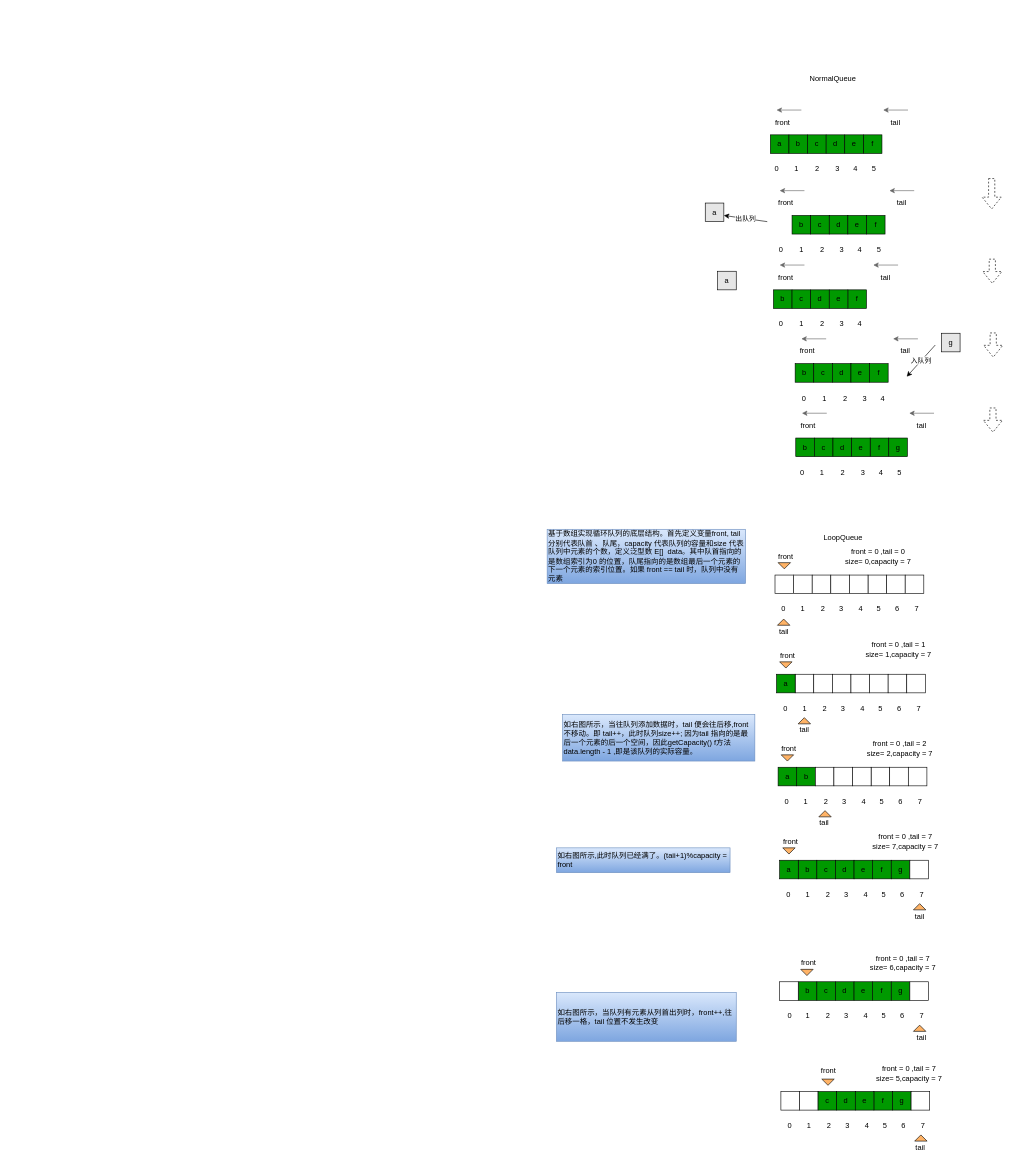
Before: 数据结构解析图.drawio in choustark/algorithms, a draw.io diagram. Source tidied: cells renumbered, new cells numbered last; positions are measured from the earlier drawing's top-left corner, leaving out a move shared by most shapes. Both pictures are drawn from the tidied source at 62%, with x=0, y=0 at pixel (547, 73).
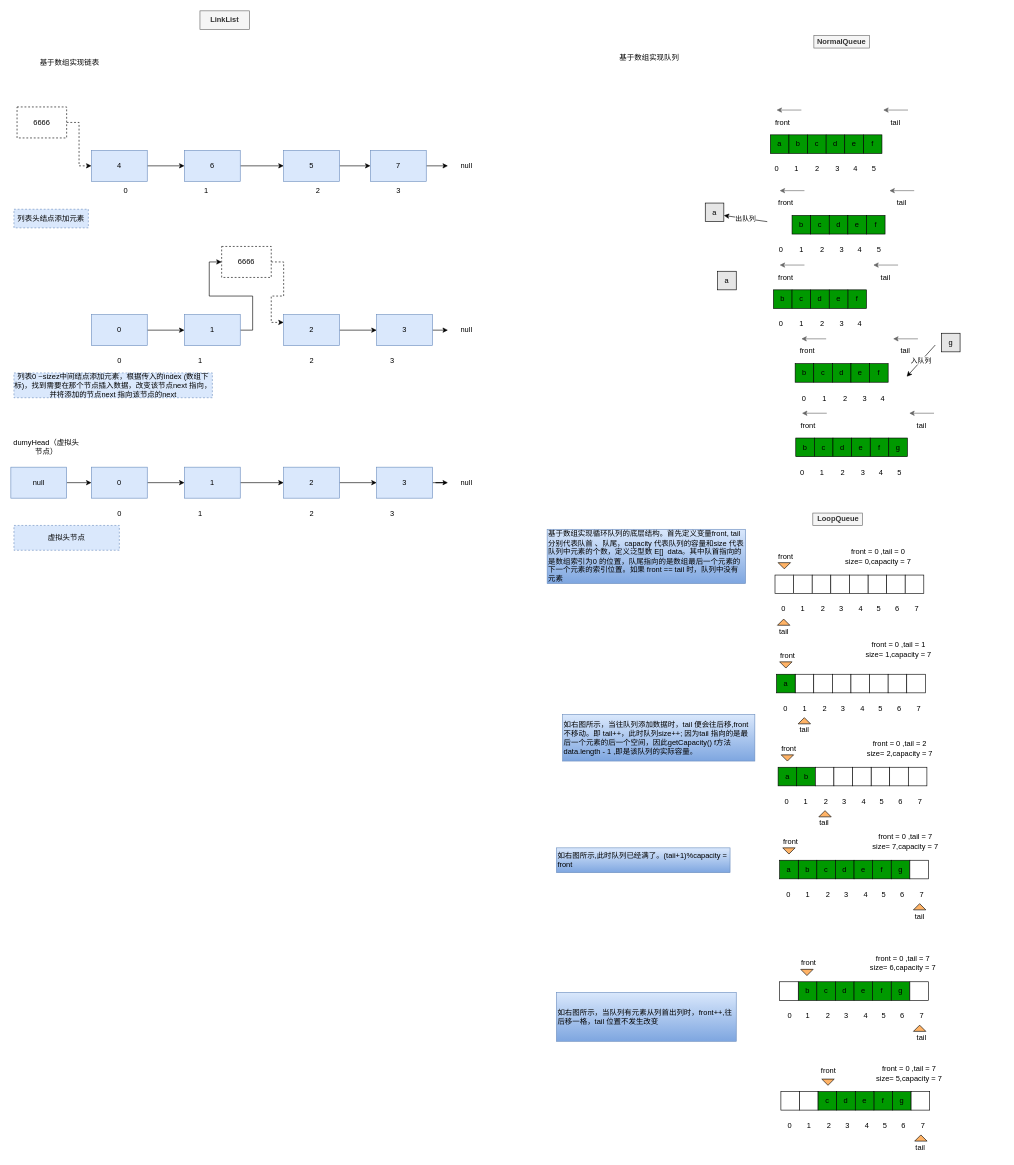
After the change.

Commit message:
Update 数据结构解析图.drawio

What changed in the source:
```diff
@@
-    <mxCell id="4" value="NormalQueue" style="text;html=1;strokeColor=none;fillColor=none;align=center;verticalAlign=middle;whiteSpace=wrap;rounded=0;" parent="1" vertex="1">
-      <mxGeometry x="440.5" width="40" height="20" as="geometry" />
+    <mxCell id="4" value="&lt;span&gt;NormalQueue&lt;/span&gt;" style="text;html=1;strokeColor=#666666;fillColor=#f5f5f5;align=center;verticalAlign=middle;whiteSpace=wrap;rounded=0;fontStyle=1;fontColor=#333333;" parent="1" vertex="1">
+      <mxGeometry x="430.2" y="-60" width="89.5" height="20" as="geometry" />
     </mxCell>
@@
-    <mxCell id="55" value="&lt;span&gt;LoopQueue&lt;/span&gt;" style="text;html=1;align=center;verticalAlign=middle;strokeColor=none;fontColor=#000000;" parent="1" vertex="1">
-      <mxGeometry x="437" y="740" width="80" height="20" as="geometry" />
+    <mxCell id="55" value="&lt;span&gt;LoopQueue&lt;/span&gt;" style="text;html=1;align=center;verticalAlign=middle;strokeColor=#666666;fontColor=#333333;fillColor=#f5f5f5;fontStyle=1;" parent="1" vertex="1">
+      <mxGeometry x="428.5" y="710" width="80" height="20" as="geometry" />
     </mxCell>
-    <mxCell id="56" style="shape=flexArrow;endArrow=classic;html=1;fontColor=#000000;dashed=1;" parent="1" edge="1">
-      <mxGeometry relative="1" as="geometry">
-        <mxPoint x="717" y="170" as="sourcePoint" />
-        <mxPoint x="717" y="220" as="targetPoint" />
-      </mxGeometry>
-    </mxCell>
-    <mxCell id="57" style="shape=flexArrow;endArrow=classic;html=1;fontColor=#000000;dashed=1;" parent="1" edge="1">
-      <mxGeometry relative="1" as="geometry">
-        <mxPoint x="718" y="300" as="sourcePoint" />
-        <mxPoint x="718" y="340" as="targetPoint" />
-      </mxGeometry>
-    </mxCell>
-    <mxCell id="58" style="shape=flexArrow;endArrow=classic;html=1;fontColor=#000000;dashed=1;" parent="1" edge="1">
-      <mxGeometry relative="1" as="geometry">
-        <mxPoint x="719" y="540" as="sourcePoint" />
-        <mxPoint x="719" y="580" as="targetPoint" />
-      </mxGeometry>
-    </mxCell>
-    <mxCell id="59" style="shape=flexArrow;endArrow=classic;html=1;fontColor=#000000;dashed=1;" parent="1" edge="1">
-      <mxGeometry relative="1" as="geometry">
-        <mxPoint x="719.5" y="419" as="sourcePoint" />
-        <mxPoint x="719.5" y="459" as="targetPoint" />
-      </mxGeometry>
-    </mxCell>
@@
+    <mxCell id="218" style="edgeStyle=orthogonalEdgeStyle;rounded=0;jettySize=auto;html=1;exitX=1;exitY=0.5;exitDx=0;exitDy=0;entryX=0;entryY=0.5;entryDx=0;entryDy=0;" parent="1" edge="1" source="219" target="221">
+      <mxGeometry relative="1" as="geometry" />
+    </mxCell>
+    <mxCell id="219" value="4" style="rounded=0;whiteSpace=wrap;html=1;fillColor=#dae8fc;strokeColor=#6c8ebf;" parent="1" vertex="1">
+      <mxGeometry x="-735" y="125" width="90" height="50" as="geometry" />
+    </mxCell>
+    <mxCell id="220" style="edgeStyle=orthogonalEdgeStyle;rounded=0;jettySize=auto;html=1;exitX=1;exitY=0.5;exitDx=0;exitDy=0;entryX=0;entryY=0.5;entryDx=0;entryDy=0;" parent="1" edge="1" source="221" target="223">
+      <mxGeometry relative="1" as="geometry" />
+    </mxCell>
+    <mxCell id="221" value="6" style="rounded=0;whiteSpace=wrap;html=1;fillColor=#dae8fc;strokeColor=#6c8ebf;" parent="1" vertex="1">
+      <mxGeometry x="-585" y="125" width="90" height="50" as="geometry" />
+    </mxCell>
+    <mxCell id="222" style="edgeStyle=orthogonalEdgeStyle;rounded=0;jettySize=auto;html=1;exitX=1;exitY=0.5;exitDx=0;exitDy=0;entryX=0;entryY=0.5;entryDx=0;entryDy=0;" parent="1" edge="1" source="223" target="225">
+      <mxGeometry relative="1" as="geometry" />
+    </mxCell>
+    <mxCell id="223" value="5" style="rounded=0;whiteSpace=wrap;html=1;fillColor=#dae8fc;strokeColor=#6c8ebf;" parent="1" vertex="1">
+      <mxGeometry x="-425" y="125" width="90" height="50" as="geometry" />
+    </mxCell>
+    <mxCell id="224" style="edgeStyle=orthogonalEdgeStyle;rounded=0;jettySize=auto;html=1;exitX=1;exitY=0.5;exitDx=0;exitDy=0;" parent="1" edge="1" source="225">
+      <mxGeometry relative="1" as="geometry">
+        <mxPoint x="-160" y="149.9" as="targetPoint" />
+      </mxGeometry>
+    </mxCell>
+    <mxCell id="225" value="7" style="rounded=0;whiteSpace=wrap;html=1;fillColor=#dae8fc;strokeColor=#6c8ebf;" parent="1" vertex="1">
+      <mxGeometry x="-285" y="125" width="90" height="50" as="geometry" />
+    </mxCell>
+    <mxCell id="226" value="LinkList" style="text;html=1;strokeColor=#666666;fillColor=#f5f5f5;align=center;verticalAlign=middle;whiteSpace=wrap;rounded=0;fontColor=#333333;fontStyle=1;" parent="1" vertex="1">
+      <mxGeometry x="-560" y="-100" width="80" height="30" as="geometry" />
+    </mxCell>
+    <mxCell id="227" style="edgeStyle=orthogonalEdgeStyle;rounded=0;jettySize=auto;html=1;exitX=1;exitY=0.5;exitDx=0;exitDy=0;entryX=0;entryY=0.5;entryDx=0;entryDy=0;dashed=1;" parent="1" edge="1" source="228" target="219">
+      <mxGeometry relative="1" as="geometry" />
+    </mxCell>
+    <mxCell id="228" value="6666" style="rounded=0;whiteSpace=wrap;html=1;dashed=1;" parent="1" vertex="1">
+      <mxGeometry x="-855" y="55" width="80" height="50" as="geometry" />
+    </mxCell>
+    <mxCell id="229" value="列表头结点添加元素" style="text;html=1;strokeColor=#6c8ebf;fillColor=#dae8fc;align=center;verticalAlign=middle;whiteSpace=wrap;rounded=0;dashed=1;" parent="1" vertex="1">
+      <mxGeometry x="-860" y="220" width="120" height="30" as="geometry" />
+    </mxCell>
+    <mxCell id="230" style="edgeStyle=orthogonalEdgeStyle;rounded=0;jettySize=auto;html=1;exitX=1;exitY=0.5;exitDx=0;exitDy=0;entryX=0;entryY=0.5;entryDx=0;entryDy=0;" parent="1" edge="1" source="231" target="233">
+      <mxGeometry relative="1" as="geometry" />
+    </mxCell>
+    <mxCell id="231" value="0" style="rounded=0;whiteSpace=wrap;html=1;fillColor=#dae8fc;strokeColor=#6c8ebf;" parent="1" vertex="1">
+      <mxGeometry x="-735" y="390" width="90" height="50" as="geometry" />
+    </mxCell>
+    <mxCell id="232" style="edgeStyle=orthogonalEdgeStyle;rounded=0;jettySize=auto;html=1;exitX=1;exitY=0.5;exitDx=0;exitDy=0;entryX=0;entryY=0.5;entryDx=0;entryDy=0;" parent="1" edge="1" source="233" target="239">
+      <mxGeometry relative="1" as="geometry" />
+    </mxCell>
+    <mxCell id="233" value="1" style="rounded=0;whiteSpace=wrap;html=1;fillColor=#dae8fc;strokeColor=#6c8ebf;" parent="1" vertex="1">
+      <mxGeometry x="-585" y="390" width="90" height="50" as="geometry" />
+    </mxCell>
+    <mxCell id="234" style="edgeStyle=orthogonalEdgeStyle;rounded=0;jettySize=auto;html=1;exitX=1;exitY=0.5;exitDx=0;exitDy=0;entryX=0;entryY=0.5;entryDx=0;entryDy=0;" parent="1" edge="1" source="235" target="237">
+      <mxGeometry relative="1" as="geometry" />
+    </mxCell>
+    <mxCell id="235" value="2" style="rounded=0;whiteSpace=wrap;html=1;fillColor=#dae8fc;strokeColor=#6c8ebf;" parent="1" vertex="1">
+      <mxGeometry x="-425" y="390" width="90" height="50" as="geometry" />
+    </mxCell>
+    <mxCell id="236" style="edgeStyle=orthogonalEdgeStyle;rounded=0;jettySize=auto;html=1;exitX=1;exitY=0.5;exitDx=0;exitDy=0;entryX=0;entryY=0.5;entryDx=0;entryDy=0;" parent="1" edge="1" source="237" target="268">
+      <mxGeometry relative="1" as="geometry" />
+    </mxCell>
+    <mxCell id="237" value="3" style="rounded=0;whiteSpace=wrap;html=1;fillColor=#dae8fc;strokeColor=#6c8ebf;" parent="1" vertex="1">
+      <mxGeometry x="-275" y="390" width="90" height="50" as="geometry" />
+    </mxCell>
+    <mxCell id="238" style="edgeStyle=orthogonalEdgeStyle;rounded=0;jettySize=auto;html=1;exitX=1;exitY=0.5;exitDx=0;exitDy=0;entryX=0;entryY=0.25;entryDx=0;entryDy=0;dashed=1;" parent="1" edge="1" source="239" target="235">
+      <mxGeometry relative="1" as="geometry" />
+    </mxCell>
+    <mxCell id="239" value="6666" style="rounded=0;whiteSpace=wrap;html=1;dashed=1;" parent="1" vertex="1">
+      <mxGeometry x="-525" y="280" width="80" height="50" as="geometry" />
+    </mxCell>
+    <mxCell id="240" value="列表0 ~sizez中间结点添加元素，根据传入的index (数组下标)，找到需要在那个节点插入数据，改变该节点next 指向，并将添加的节点next 指向该节点的next" style="text;html=1;strokeColor=#6c8ebf;fillColor=#dae8fc;align=center;verticalAlign=middle;whiteSpace=wrap;rounded=0;dashed=1;" parent="1" vertex="1">
+      <mxGeometry x="-860" y="484" width="320" height="40" as="geometry" />
+    </mxCell>
+    <mxCell id="241" value="&lt;pre&gt;基于数组实现链表&lt;/pre&gt;" style="text;html=1;strokeColor=none;fillColor=none;align=center;verticalAlign=middle;whiteSpace=wrap;rounded=0;dashed=1;" parent="1" vertex="1">
+      <mxGeometry x="-850" y="-30" width="160" height="30" as="geometry" />
+    </mxCell>
+    <mxCell id="242" value="0" style="text;html=1;align=center;verticalAlign=middle;strokeColor=none;fillColor=none;" parent="1" vertex="1">
+      <mxGeometry x="-690" y="180" width="20" height="20" as="geometry" />
+    </mxCell>
+    <mxCell id="243" value="1" style="text;html=1;align=center;verticalAlign=middle;strokeColor=none;fillColor=none;" parent="1" vertex="1">
+      <mxGeometry x="-560" y="180" width="20" height="20" as="geometry" />
+    </mxCell>
+    <mxCell id="244" value="2" style="text;html=1;align=center;verticalAlign=middle;strokeColor=none;fillColor=none;" parent="1" vertex="1">
+      <mxGeometry x="-380" y="180" width="20" height="20" as="geometry" />
+    </mxCell>
+    <mxCell id="245" value="3" style="text;html=1;align=center;verticalAlign=middle;strokeColor=none;fillColor=none;" parent="1" vertex="1">
+      <mxGeometry x="-250" y="180" width="20" height="20" as="geometry" />
+    </mxCell>
+    <mxCell id="246" value="0" style="text;html=1;align=center;verticalAlign=middle;strokeColor=none;fillColor=none;" parent="1" vertex="1">
+      <mxGeometry x="-700" y="455" width="20" height="20" as="geometry" />
+    </mxCell>
+    <mxCell id="247" value="1" style="text;html=1;align=center;verticalAlign=middle;strokeColor=none;fillColor=none;" parent="1" vertex="1">
+      <mxGeometry x="-570" y="455" width="20" height="20" as="geometry" />
+    </mxCell>
+    <mxCell id="248" value="2" style="text;html=1;align=center;verticalAlign=middle;strokeColor=none;fillColor=none;" parent="1" vertex="1">
+      <mxGeometry x="-390" y="455" width="20" height="20" as="geometry" />
+    </mxCell>
+    <mxCell id="249" value="3" style="text;html=1;align=center;verticalAlign=middle;strokeColor=none;fillColor=none;" parent="1" vertex="1">
+      <mxGeometry x="-260" y="455" width="20" height="20" as="geometry" />
+    </mxCell>
+    <mxCell id="250" value="基于数组实现队列" style="text;html=1;strokeColor=none;fillColor=none;align=center;verticalAlign=middle;whiteSpace=wrap;rounded=0;dashed=1;" parent="1" vertex="1">
+      <mxGeometry x="110" y="-40" width="110" height="30" as="geometry" />
+    </mxCell>
+    <mxCell id="251" style="edgeStyle=orthogonalEdgeStyle;rounded=0;jettySize=auto;html=1;exitX=1;exitY=0.5;exitDx=0;exitDy=0;entryX=0;entryY=0.5;entryDx=0;entryDy=0;" parent="1" edge="1" source="252" target="254">
+      <mxGeometry relative="1" as="geometry" />
+    </mxCell>
+    <mxCell id="252" value="0" style="rounded=0;whiteSpace=wrap;html=1;fillColor=#dae8fc;strokeColor=#6c8ebf;" parent="1" vertex="1">
+      <mxGeometry x="-735" y="636" width="90" height="50" as="geometry" />
+    </mxCell>
+    <mxCell id="253" style="edgeStyle=orthogonalEdgeStyle;rounded=0;jettySize=auto;html=1;exitX=1;exitY=0.5;exitDx=0;exitDy=0;entryX=0;entryY=0.5;entryDx=0;entryDy=0;" parent="1" edge="1" source="254" target="256">
+      <mxGeometry relative="1" as="geometry" />
+    </mxCell>
+    <mxCell id="254" value="1" style="rounded=0;whiteSpace=wrap;html=1;fillColor=#dae8fc;strokeColor=#6c8ebf;" parent="1" vertex="1">
+      <mxGeometry x="-585" y="636" width="90" height="50" as="geometry" />
+    </mxCell>
+    <mxCell id="255" style="edgeStyle=orthogonalEdgeStyle;rounded=0;jettySize=auto;html=1;exitX=1;exitY=0.5;exitDx=0;exitDy=0;entryX=0;entryY=0.5;entryDx=0;entryDy=0;" parent="1" edge="1" source="256" target="258">
+      <mxGeometry relative="1" as="geometry" />
+    </mxCell>
+    <mxCell id="256" value="2" style="rounded=0;whiteSpace=wrap;html=1;fillColor=#dae8fc;strokeColor=#6c8ebf;" parent="1" vertex="1">
+      <mxGeometry x="-425" y="636" width="90" height="50" as="geometry" />
+    </mxCell>
+    <mxCell id="257" style="edgeStyle=orthogonalEdgeStyle;rounded=0;jettySize=auto;html=1;exitX=1;exitY=0.5;exitDx=0;exitDy=0;" parent="1" edge="1" source="258" target="269">
+      <mxGeometry relative="1" as="geometry" />
+    </mxCell>
+    <mxCell id="258" value="3" style="rounded=0;whiteSpace=wrap;html=1;fillColor=#dae8fc;strokeColor=#6c8ebf;" parent="1" vertex="1">
+      <mxGeometry x="-275" y="636" width="90" height="50" as="geometry" />
+    </mxCell>
+    <mxCell id="259" value="虚拟头节点" style="text;html=1;strokeColor=#6c8ebf;fillColor=#dae8fc;align=center;verticalAlign=middle;whiteSpace=wrap;rounded=0;dashed=1;" parent="1" vertex="1">
+      <mxGeometry x="-860" y="730" width="170" height="40" as="geometry" />
+    </mxCell>
+    <mxCell id="260" value="0" style="text;html=1;align=center;verticalAlign=middle;strokeColor=none;fillColor=none;" parent="1" vertex="1">
+      <mxGeometry x="-700" y="701" width="20" height="20" as="geometry" />
+    </mxCell>
+    <mxCell id="261" value="1" style="text;html=1;align=center;verticalAlign=middle;strokeColor=none;fillColor=none;" parent="1" vertex="1">
+      <mxGeometry x="-570" y="701" width="20" height="20" as="geometry" />
+    </mxCell>
+    <mxCell id="262" value="2" style="text;html=1;align=center;verticalAlign=middle;strokeColor=none;fillColor=none;" parent="1" vertex="1">
+      <mxGeometry x="-390" y="701" width="20" height="20" as="geometry" />
+    </mxCell>
+    <mxCell id="263" value="3" style="text;html=1;align=center;verticalAlign=middle;strokeColor=none;fillColor=none;" parent="1" vertex="1">
+      <mxGeometry x="-260" y="701" width="20" height="20" as="geometry" />
+    </mxCell>
+    <mxCell id="264" style="edgeStyle=orthogonalEdgeStyle;rounded=0;jettySize=auto;html=1;exitX=1;exitY=0.5;exitDx=0;exitDy=0;entryX=0;entryY=0.5;entryDx=0;entryDy=0;" parent="1" edge="1" source="265" target="252">
+      <mxGeometry relative="1" as="geometry" />
+    </mxCell>
+    <mxCell id="265" value="null" style="rounded=0;whiteSpace=wrap;html=1;fillColor=#dae8fc;strokeColor=#6c8ebf;" parent="1" vertex="1">
+      <mxGeometry x="-865" y="636" width="90" height="50" as="geometry" />
+    </mxCell>
+    <mxCell id="266" value="dumyHead（虚拟头节点）" style="text;html=1;strokeColor=none;fillColor=none;align=center;verticalAlign=middle;whiteSpace=wrap;rounded=0;dashed=1;" parent="1" vertex="1">
+      <mxGeometry x="-865" y="589" width="115" height="30" as="geometry" />
+    </mxCell>
+    <mxCell id="267" value="null" style="text;html=1;strokeColor=none;fillColor=none;align=center;verticalAlign=middle;whiteSpace=wrap;rounded=0;dashed=1;" parent="1" vertex="1">
+      <mxGeometry x="-160" y="135" width="60" height="30" as="geometry" />
+    </mxCell>
+    <mxCell id="268" value="null" style="text;html=1;strokeColor=none;fillColor=none;align=center;verticalAlign=middle;whiteSpace=wrap;rounded=0;dashed=1;" parent="1" vertex="1">
+      <mxGeometry x="-160" y="400" width="60" height="30" as="geometry" />
+    </mxCell>
+    <mxCell id="269" value="null" style="text;html=1;strokeColor=none;fillColor=none;align=center;verticalAlign=middle;whiteSpace=wrap;rounded=0;dashed=1;" parent="1" vertex="1">
+      <mxGeometry x="-160" y="646" width="60" height="30" as="geometry" />
+    </mxCell>
```
